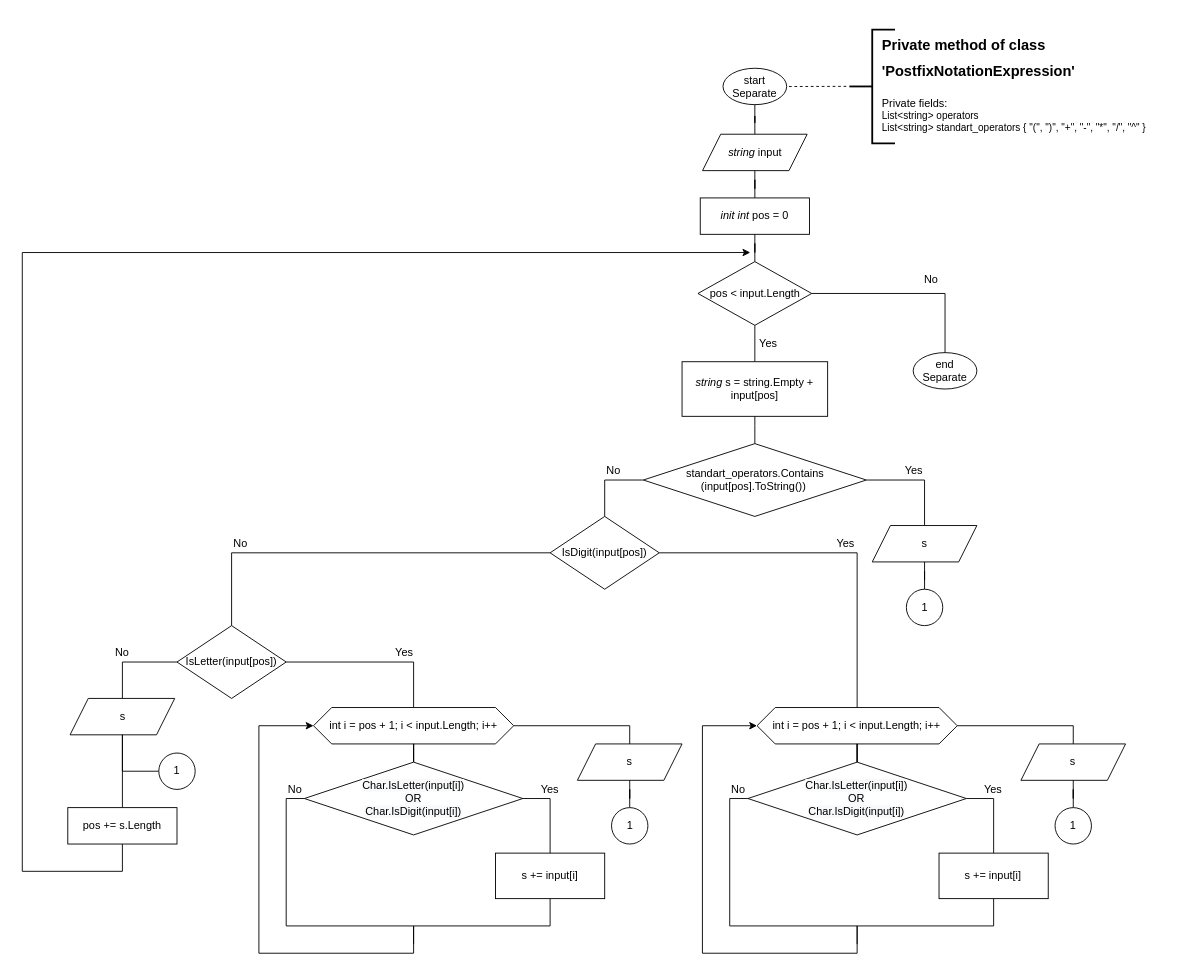
Before: page "Separate (private) Pn" (8 of 11) of lab_6/lab_6.drawio in BelitskyiAlexandr/ads-belitskyi-kp01, a draw.io diagram. Source tidied: cells renumbered, new cells numbered last; positions are measured from the earlier drawing's top-left corner, leaving out a move shared by most shapes. Both pictures are drawn from the tidied source at 91%, with x=0, y=0 at pixel (22, 25).
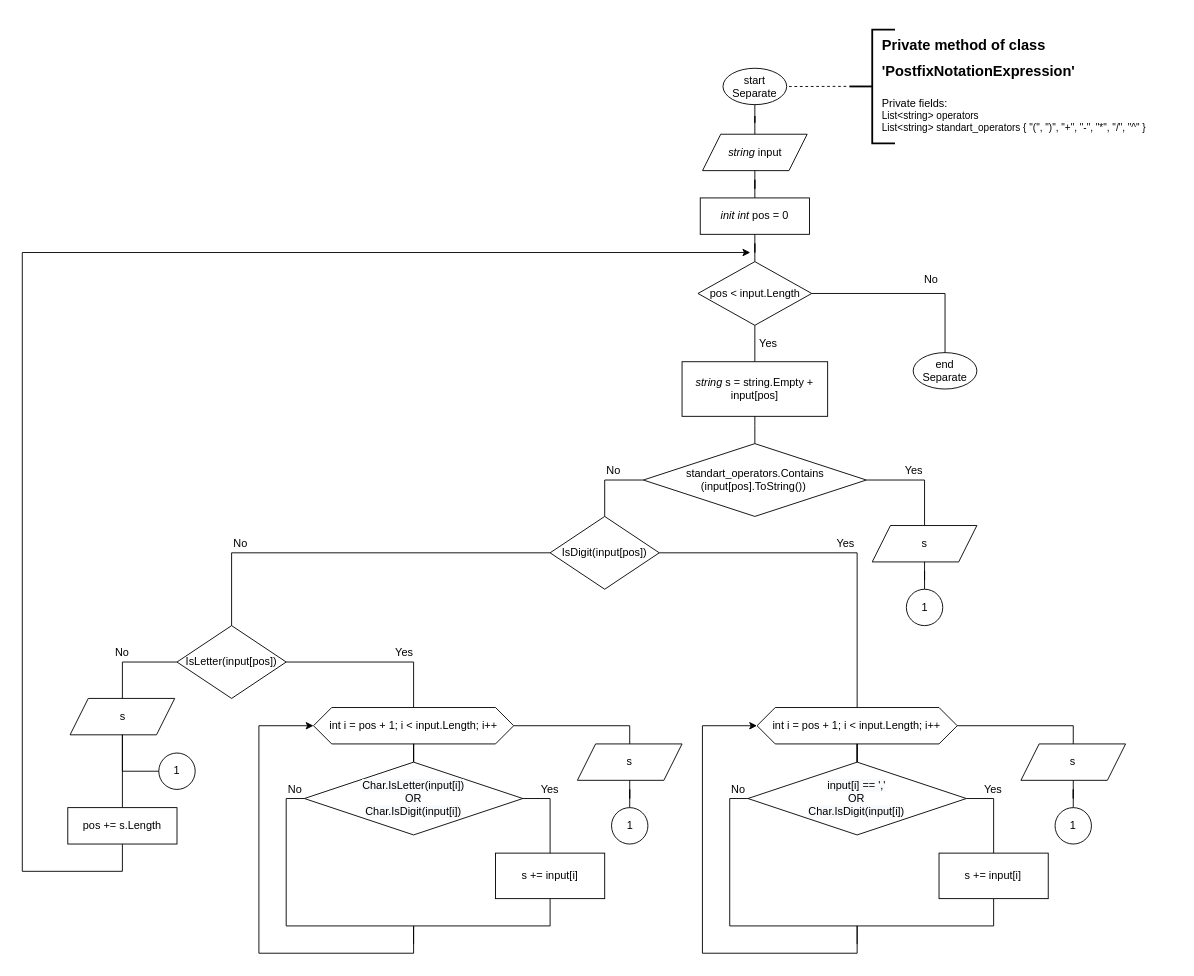
After the change.

Change to the diagram source:
```diff
@@
-    <mxCell id="60" value="&lt;span style=&quot;color: rgb(0 , 0 , 0) ; font-family: &amp;#34;helvetica&amp;#34; ; font-size: 12px ; font-style: normal ; font-weight: 400 ; letter-spacing: normal ; text-align: center ; text-indent: 0px ; text-transform: none ; word-spacing: 0px ; background-color: rgb(248 , 249 , 250) ; display: inline ; float: none&quot;&gt;Char.IsLetter(input[i]) &lt;br&gt;OR &lt;br&gt;Char.IsDigit(input[i])&lt;/span&gt;" style="rhombus;whiteSpace=wrap;html=1;" parent="1" vertex="1">
+    <mxCell id="60" value="&lt;span style=&quot;color: rgb(0 , 0 , 0) ; font-family: &amp;#34;helvetica&amp;#34; ; font-size: 12px ; font-style: normal ; font-weight: 400 ; letter-spacing: normal ; text-align: center ; text-indent: 0px ; text-transform: none ; word-spacing: 0px ; background-color: rgb(248 , 249 , 250) ; display: inline ; float: none&quot;&gt;input[i] == ','&lt;br&gt;OR&lt;br&gt;Char.IsDigit(input[i])&lt;/span&gt;" style="rhombus;whiteSpace=wrap;html=1;" parent="1" vertex="1">
       <mxGeometry x="797.4" y="810" width="240" height="80" as="geometry" />
     </mxCell>
```
